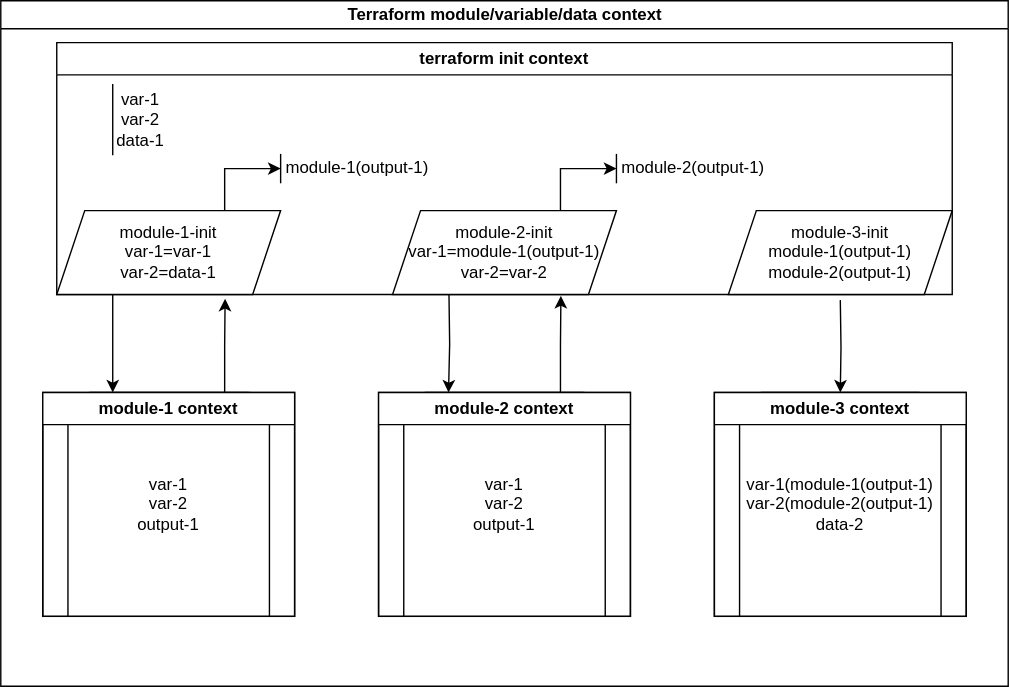
Above: terraform-variable-context.svg in alismx/diagrams (draw.io), before the change. Source tidied: cells renumbered, new cells last; positions are measured from the earlier drawing's top-left corner, leaving out a move shared by most shapes.
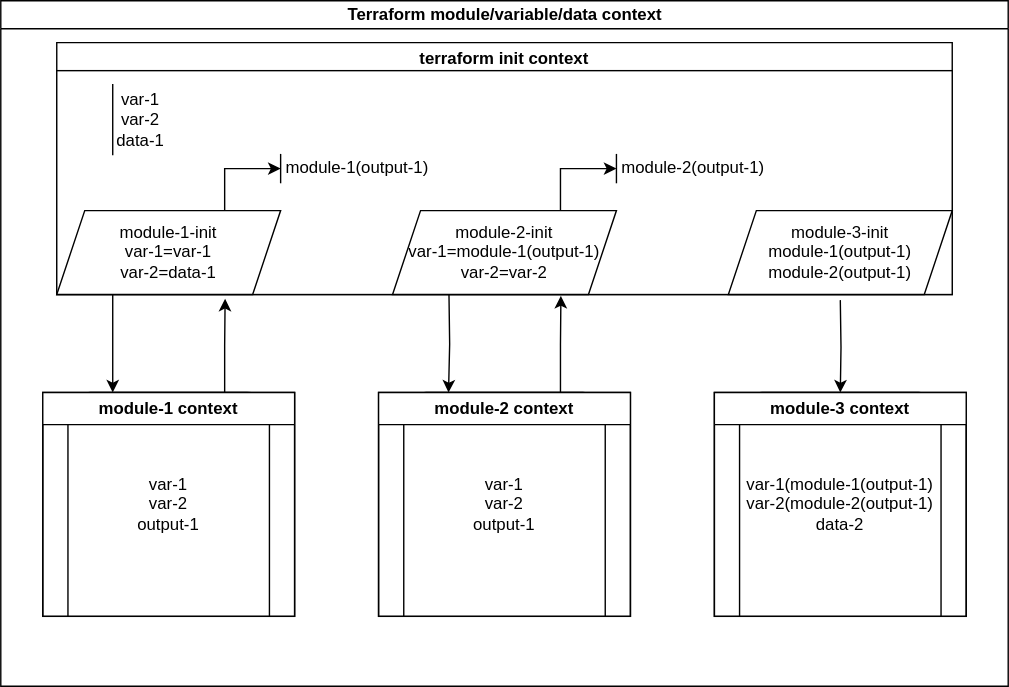
The same file after the commit.

Diff of the diagram source:
```diff
@@ -29,6 +29,9 @@
     <mxCell id="10" value="terraform init context" style="swimlane;whiteSpace=wrap;html=1;" parent="2" vertex="1">
       <mxGeometry x="40" y="30" width="640" height="180" as="geometry" />
     </mxCell>
+    <mxCell id="27" style="rounded=0;whiteSpace=wrap;html=1;" parent="10" vertex="1">
+      <mxGeometry y="20" width="640" height="160" as="geometry" />
+    </mxCell>
     <mxCell id="11" value="&lt;div&gt;module-2(output-1)&lt;/div&gt;" style="shape=partialRectangle;whiteSpace=wrap;html=1;right=0;top=0;bottom=0;fillColor=none;routingCenterX=-0.5;" parent="10" vertex="1">
       <mxGeometry x="400" y="80" width="110" height="20" as="geometry" />
     </mxCell>
```
